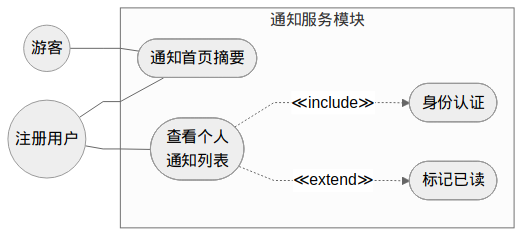
Above: docs/diagrams/fig3-5-notify-usecase.png in Wkjlovec/graduation_project_zhuang (Mermaid), before the change. Its source is kept beside it as docs/diagrams/fig3-5-notify-usecase.mmd. The source it was exported from:
```mermaid
%%{init: {'theme': 'neutral', 'flowchart': {'curve': 'linear', 'rankSpacing': 35, 'nodeSpacing': 25}}}%%
graph LR
    Guest((游客))
    User((注册用户))

    subgraph 通知服务模块
        direction TB
        UC1([通知首页摘要])
        UC2([查看个人\n通知列表])
        UC3([身份认证])
        UC4([标记已读])
    end

    Guest --- UC1
    User --- UC1
    User --- UC2
    UC2 -..->|"≪include≫"| UC3
    UC2 -..->|"≪extend≫"| UC4
```
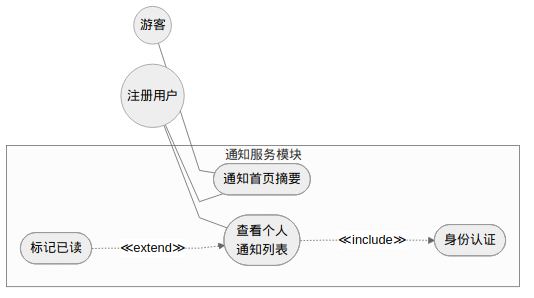
After the change.

What changed in the source:
```diff
@@ -15,4 +15,4 @@
     User --- UC1
     User --- UC2
     UC2 -..->|"≪include≫"| UC3
-    UC2 -..->|"≪extend≫"| UC4
+    UC4 -..->|"≪extend≫"| UC2
```
